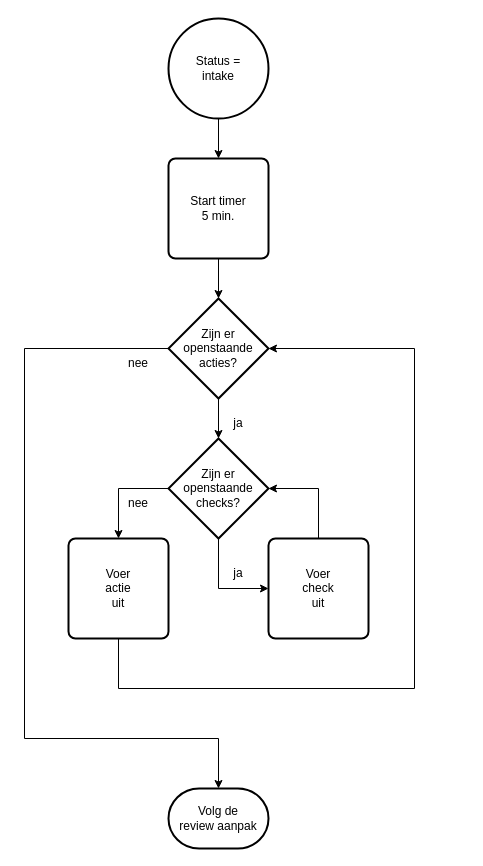
Before: 1 Issue Tracker intake.drawio in Zaibatsu89/IssueTracker, a draw.io diagram. Source tidied: cells renumbered, new cells numbered last; positions are measured from the earlier drawing's top-left corner, leaving out a move shared by most shapes. Both pictures are drawn from the tidied source at 100%, with x=0, y=0 at pixel (24, 18).
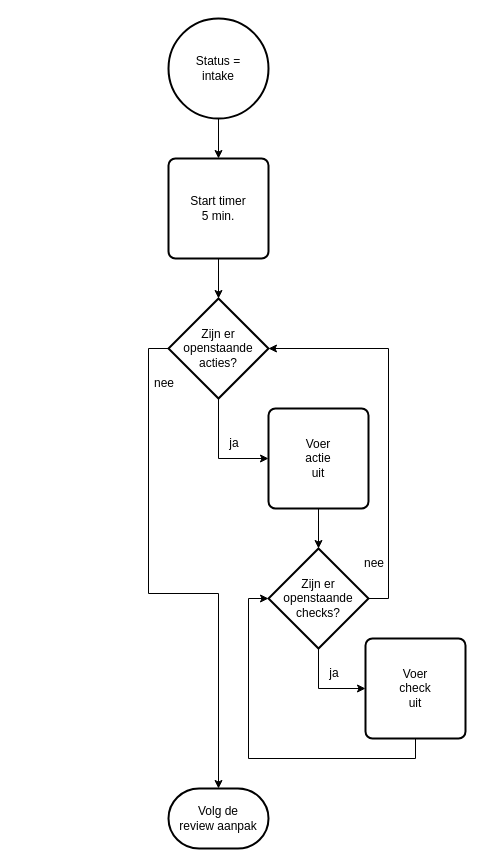
The same diagram, later.

Unchanged cells that the change refers to:
```xml
<mxCell id="7" value="Zijn er&lt;br&gt;openstaande&lt;br&gt;acties?" style="strokeWidth=2;html=1;shape=mxgraph.flowchart.decision;whiteSpace=wrap;" parent="1" vertex="1">
  <mxGeometry x="144" y="280" width="100" height="100" as="geometry" />
</mxCell>
<mxCell id="18" value="Volg de&lt;br&gt;review aanpak" style="strokeWidth=2;html=1;shape=mxgraph.flowchart.terminator;whiteSpace=wrap;" parent="1" vertex="1">
  <mxGeometry x="144" y="770" width="100" height="60" as="geometry" />
</mxCell>
```

The edit, as a diff of the source:
```diff
@@
-    <mxCell id="6" style="edgeStyle=orthogonalEdgeStyle;rounded=0;jettySize=auto;html=1;" parent="1" edge="1" source="7" target="10">
-      <mxGeometry relative="1" as="geometry" />
-    </mxCell>
+    <mxCell id="21" style="edgeStyle=orthogonalEdgeStyle;rounded=0;jettySize=auto;html=1;exitX=0.5;exitY=1;exitDx=0;exitDy=0;exitPerimeter=0;entryX=0;entryY=0.5;entryDx=0;entryDy=0;" parent="1" edge="1" source="7" target="15">
+      <mxGeometry relative="1" as="geometry" />
+    </mxCell>
@@
-    <mxCell id="8" style="edgeStyle=orthogonalEdgeStyle;rounded=0;jettySize=auto;html=1;exitX=0.5;exitY=1;exitDx=0;exitDy=0;exitPerimeter=0;entryX=0;entryY=0.5;entryDx=0;entryDy=0;" parent="1" edge="1" source="10" target="12">
+    <mxCell id="8" style="edgeStyle=orthogonalEdgeStyle;rounded=0;jettySize=auto;html=1;exitX=0.5;exitY=1;exitDx=0;exitDy=0;entryX=0;entryY=0.5;entryDx=0;entryDy=0;exitPerimeter=0;" parent="1" edge="1" source="10" target="12">
       <mxGeometry relative="1" as="geometry" />
     </mxCell>
-    <mxCell id="9" style="edgeStyle=orthogonalEdgeStyle;rounded=0;jettySize=auto;html=1;exitX=0;exitY=0.5;exitDx=0;exitDy=0;exitPerimeter=0;entryX=0.5;entryY=0;entryDx=0;entryDy=0;" parent="1" edge="1" source="10" target="15">
-      <mxGeometry relative="1" as="geometry" />
-    </mxCell>
     <mxCell id="10" value="Zijn er&lt;br&gt;openstaande&lt;br&gt;checks?" style="strokeWidth=2;html=1;shape=mxgraph.flowchart.decision;whiteSpace=wrap;" parent="1" vertex="1">
-      <mxGeometry x="144" y="420" width="100" height="100" as="geometry" />
+      <mxGeometry x="244" y="530" width="100" height="100" as="geometry" />
     </mxCell>
     <mxCell id="11" value="ja" style="text;html=1;whiteSpace=wrap;strokeColor=none;fillColor=none;align=center;verticalAlign=middle;rounded=0;" parent="1" vertex="1">
-      <mxGeometry x="184" y="390" width="60" height="30" as="geometry" />
+      <mxGeometry x="280" y="640" width="60" height="30" as="geometry" />
     </mxCell>
     <mxCell id="12" value="Voer&lt;br&gt;check&lt;br&gt;uit" style="rounded=1;whiteSpace=wrap;html=1;absoluteArcSize=1;arcSize=14;strokeWidth=2;" parent="1" vertex="1">
-      <mxGeometry x="244" y="520" width="100" height="100" as="geometry" />
+      <mxGeometry x="341" y="620" width="100" height="100" as="geometry" />
     </mxCell>
-    <mxCell id="13" style="edgeStyle=orthogonalEdgeStyle;rounded=0;jettySize=auto;html=1;exitX=0.5;exitY=0;exitDx=0;exitDy=0;entryX=1;entryY=0.5;entryDx=0;entryDy=0;entryPerimeter=0;" parent="1" edge="1" source="12" target="10">
-      <mxGeometry relative="1" as="geometry" />
-    </mxCell>
     <mxCell id="14" value="ja" style="text;html=1;whiteSpace=wrap;strokeColor=none;fillColor=none;align=center;verticalAlign=middle;rounded=0;" parent="1" vertex="1">
-      <mxGeometry x="184" y="540" width="60" height="30" as="geometry" />
+      <mxGeometry x="180" y="410" width="60" height="30" as="geometry" />
     </mxCell>
+    <mxCell id="22" style="edgeStyle=orthogonalEdgeStyle;rounded=0;jettySize=auto;html=1;" parent="1" edge="1" source="15" target="10">
+      <mxGeometry relative="1" as="geometry" />
+    </mxCell>
     <mxCell id="15" value="Voer&lt;br&gt;actie&lt;br&gt;uit" style="rounded=1;whiteSpace=wrap;html=1;absoluteArcSize=1;arcSize=14;strokeWidth=2;" parent="1" vertex="1">
-      <mxGeometry x="44" y="520" width="100" height="100" as="geometry" />
+      <mxGeometry x="244" y="390" width="100" height="100" as="geometry" />
     </mxCell>
     <mxCell id="16" value="nee" style="text;html=1;whiteSpace=wrap;strokeColor=none;fillColor=none;align=center;verticalAlign=middle;rounded=0;" parent="1" vertex="1">
-      <mxGeometry x="84" y="470" width="60" height="30" as="geometry" />
+      <mxGeometry x="320" y="530" width="60" height="30" as="geometry" />
     </mxCell>
-    <mxCell id="17" style="edgeStyle=orthogonalEdgeStyle;rounded=0;jettySize=auto;html=1;exitX=0.5;exitY=1;exitDx=0;exitDy=0;entryX=1;entryY=0.5;entryDx=0;entryDy=0;entryPerimeter=0;" parent="1" edge="1" source="15" target="7">
-      <mxGeometry relative="1" as="geometry">
-        <Array as="points">
-          <mxPoint x="94" y="670" />
-          <mxPoint x="390" y="670" />
-          <mxPoint x="390" y="330" />
-        </Array>
-      </mxGeometry>
-    </mxCell>
@@
+    <mxCell id="20" value="nee" style="text;html=1;whiteSpace=wrap;strokeColor=none;fillColor=none;align=center;verticalAlign=middle;rounded=0;" parent="1" vertex="1">
+      <mxGeometry x="110" y="350" width="60" height="30" as="geometry" />
+    </mxCell>
+    <mxCell id="13" style="edgeStyle=orthogonalEdgeStyle;rounded=0;jettySize=auto;html=1;exitX=0.5;exitY=1;exitDx=0;exitDy=0;entryX=0;entryY=0.5;entryDx=0;entryDy=0;entryPerimeter=0;" parent="1" edge="1" source="12" target="10">
+      <mxGeometry relative="1" as="geometry" />
+    </mxCell>
+    <mxCell id="23" style="edgeStyle=orthogonalEdgeStyle;rounded=0;jettySize=auto;html=1;exitX=1;exitY=0.5;exitDx=0;exitDy=0;exitPerimeter=0;entryX=1;entryY=0.5;entryDx=0;entryDy=0;entryPerimeter=0;" parent="1" edge="1" source="10" target="7">
+      <mxGeometry relative="1" as="geometry" />
+    </mxCell>
     <mxCell id="19" style="edgeStyle=orthogonalEdgeStyle;rounded=0;jettySize=auto;html=1;exitX=0;exitY=0.5;exitDx=0;exitDy=0;exitPerimeter=0;entryX=0.5;entryY=0;entryDx=0;entryDy=0;entryPerimeter=0;" parent="1" edge="1" source="7" target="18">
-      <mxGeometry relative="1" as="geometry">
-        <Array as="points">
-          <mxPoint y="330" />
-          <mxPoint y="720" />
-          <mxPoint x="194" y="720" />
-        </Array>
-      </mxGeometry>
+      <mxGeometry relative="1" as="geometry" />
     </mxCell>
-    <mxCell id="20" value="nee" style="text;html=1;whiteSpace=wrap;strokeColor=none;fillColor=none;align=center;verticalAlign=middle;rounded=0;" parent="1" vertex="1">
-      <mxGeometry x="84" y="330" width="60" height="30" as="geometry" />
-    </mxCell>
```
